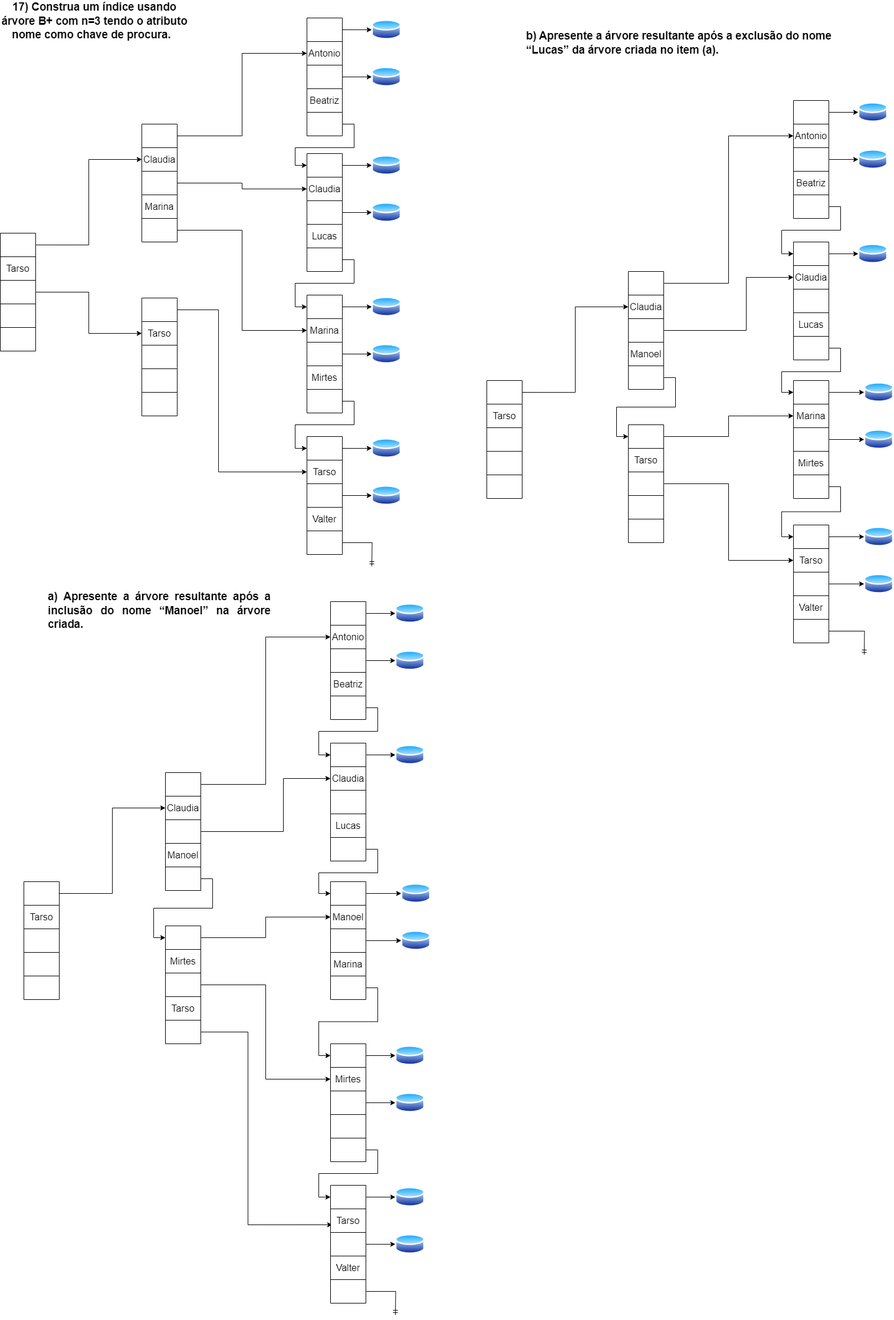
VitorFonseca123/exerc_indice_BD keeps this draw.io diagram as Arvore B+.drawio.png. Above is the earlier version. Source tidied: cells renumbered, new cells last; positions are measured from the earlier drawing's top-left corner, leaving out a move shared by most shapes.
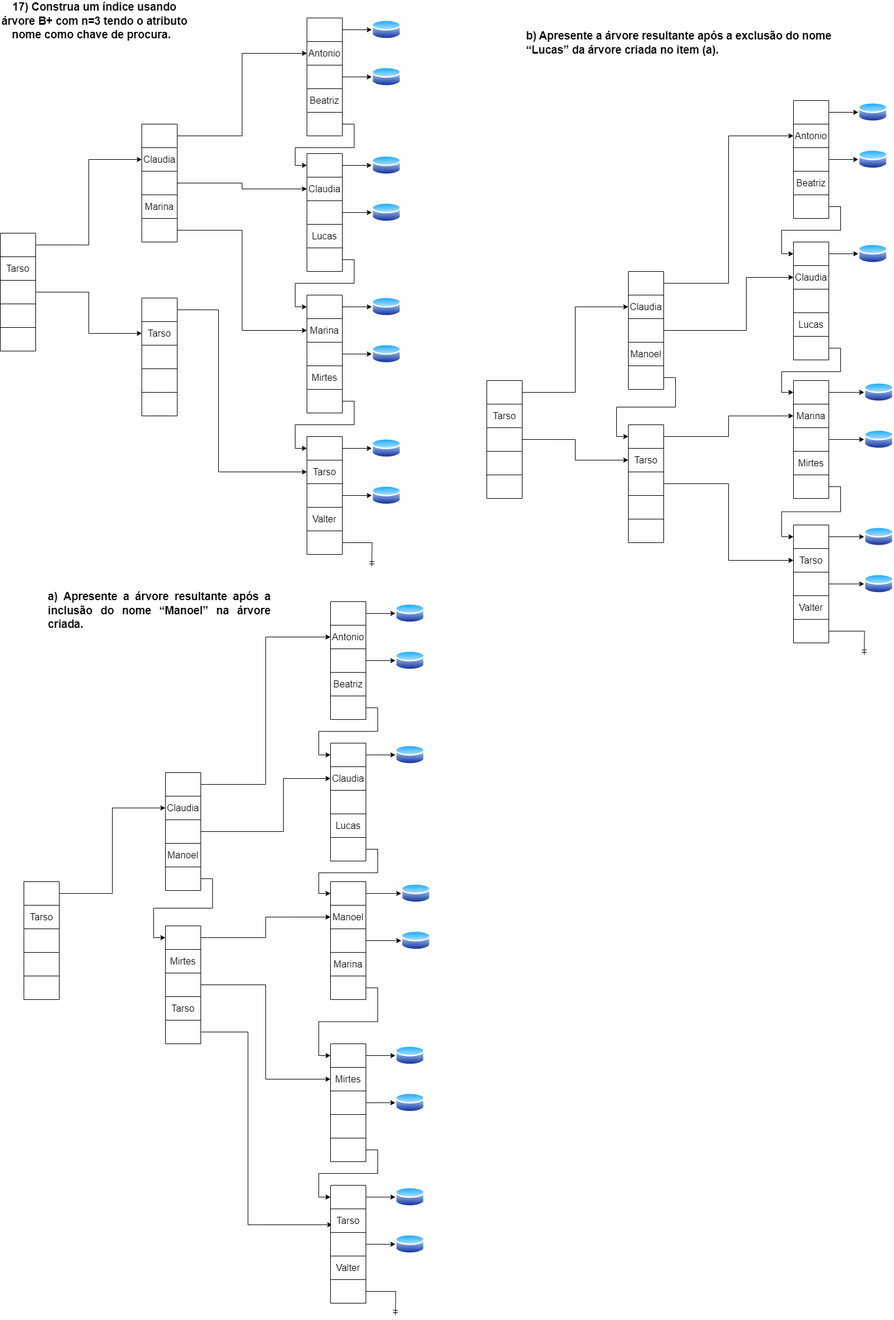
Later version of the same file.

The edit, as a diff of the source:
```diff
@@ -1009,5 +1009,8 @@
     <mxCell id="328" style="edgeStyle=orthogonalEdgeStyle;rounded=0;jettySize=auto;html=1;exitX=1;exitY=0.5;exitDx=0;exitDy=0;" parent="1" edge="1" source="308" target="319">
       <mxGeometry relative="1" as="geometry" />
     </mxCell>
+    <mxCell id="329" style="edgeStyle=orthogonalEdgeStyle;rounded=0;jettySize=auto;html=1;exitX=1;exitY=0.5;exitDx=0;exitDy=0;entryX=0;entryY=0.5;entryDx=0;entryDy=0;" parent="1" edge="1" source="276" target="306">
+      <mxGeometry relative="1" as="geometry" />
+    </mxCell>
   </root>
 </mxGraphModel>
```
